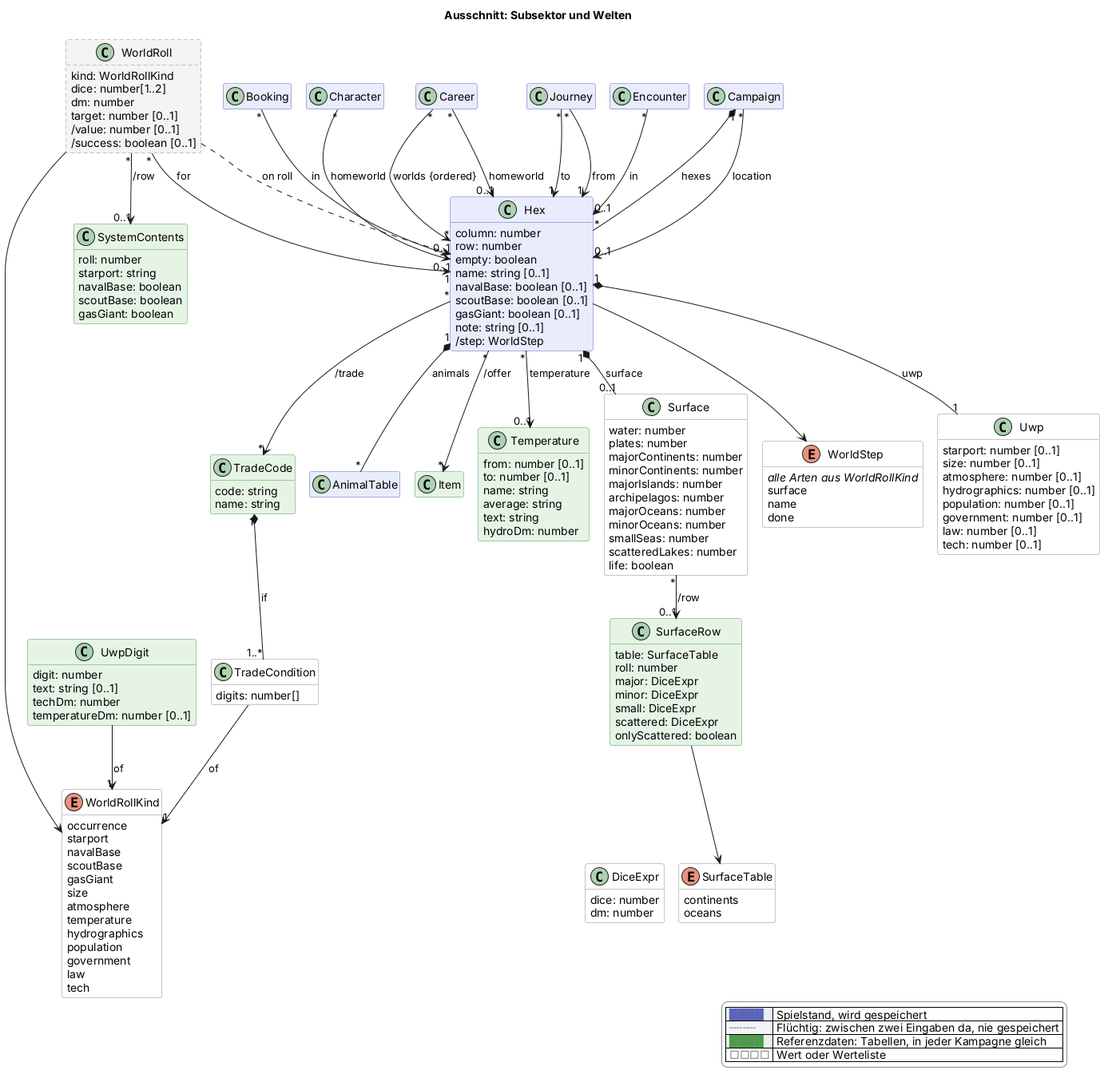
The PlantUML diagram docs/views/sektor.png in scuzzar/SRE, before a commit.
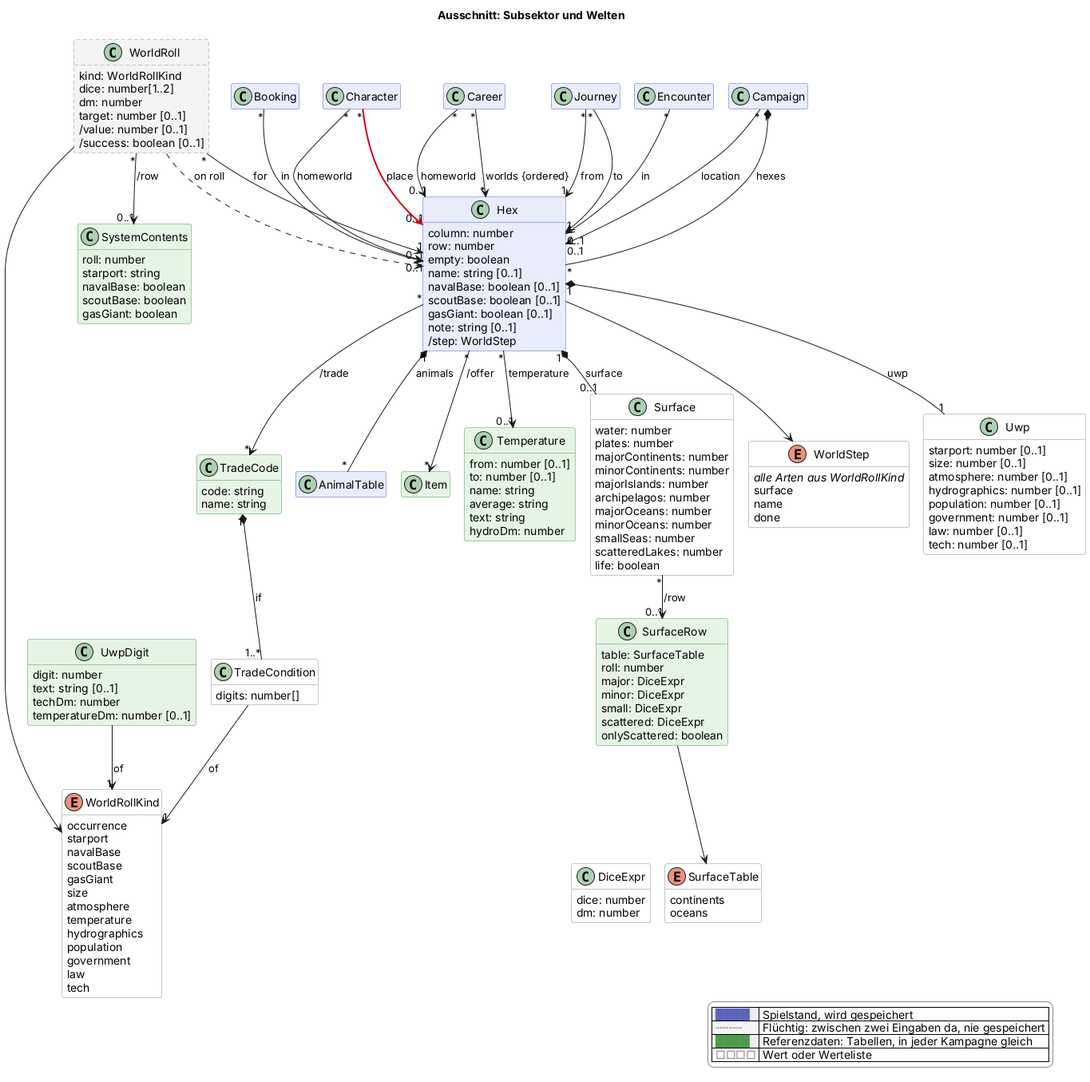
After the change.

The edit, as a diff of the source:
```diff
@@ -198,6 +198,7 @@
 Career "*" --> "0..1" Hex : homeworld
 Career "*" --> "*" Hex : worlds {ordered}
 Character "*" --> "0..1" Hex : homeworld
+Character "*" -$newArrow("2026-11-14")-> "0..1" Hex : place
 
 
 Campaign "1" *-- "*" Hex : hexes
```
